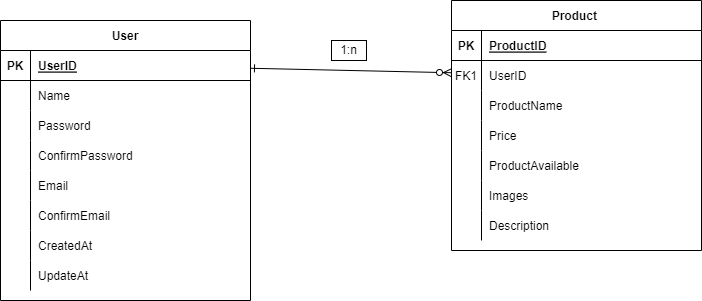
This is schema/growth-sales-db.drawio.png from yagoar45/growth-sales, a draw.io export, as it was before one commit. Source tidied: cells renumbered, new cells last; positions are measured from the earlier drawing's top-left corner, leaving out a move shared by most shapes.
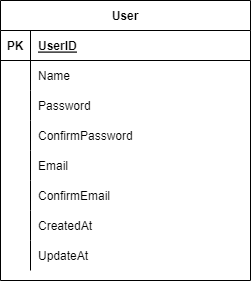
Later version of the same file.

The edit, as a diff of the source:
```diff
@@ -2,75 +2,6 @@
   <root>
     <mxCell id="0" />
     <mxCell id="1" parent="0" />
-    <mxCell id="2" style="endArrow=ERzeroToMany;startArrow=ERone;endFill=1;startFill=0;" parent="1" edge="1" source="26" target="7">
-      <mxGeometry relative="1" as="geometry" />
-    </mxCell>
-    <mxCell id="3" value="Product " style="shape=table;startSize=30;rowLines=0;fontStyle=1;align=center;" parent="1" vertex="1">
-      <mxGeometry x="451" width="250" height="250" as="geometry" />
-    </mxCell>
-    <mxCell id="4" style="shape=partialRectangle;fillColor=none;top=0;left=0;right=0;bottom=1;" parent="3" vertex="1">
-      <mxGeometry y="30" width="250" height="30" as="geometry" />
-    </mxCell>
-    <mxCell id="5" value="PK" style="shape=partialRectangle;overflow=hidden;fillColor=none;top=0;left=0;bottom=0;right=0;fontStyle=1;" parent="4" vertex="1">
-      <mxGeometry width="30" height="30" as="geometry" />
-    </mxCell>
-    <mxCell id="6" value="ProductID" style="shape=partialRectangle;overflow=hidden;fillColor=none;top=0;left=0;bottom=0;right=0;align=left;spacingLeft=6;fontStyle=5;" parent="4" vertex="1">
-      <mxGeometry x="30" width="220" height="30" as="geometry" />
-    </mxCell>
-    <mxCell id="7" style="shape=partialRectangle;fillColor=none;points=[[0,0.5],[1,0.5]];portConstraint=eastwest;top=0;left=0;right=0;bottom=0;" parent="3" vertex="1">
-      <mxGeometry y="60" width="250" height="30" as="geometry" />
-    </mxCell>
-    <mxCell id="8" value="FK1" style="shape=partialRectangle;overflow=hidden;fillColor=none;top=0;left=0;bottom=0;right=0;" parent="7" vertex="1">
-      <mxGeometry width="30" height="30" as="geometry" />
-    </mxCell>
-    <mxCell id="9" value="UserID" style="shape=partialRectangle;overflow=hidden;fillColor=none;top=0;left=0;bottom=0;right=0;align=left;spacingLeft=6;" parent="7" vertex="1">
-      <mxGeometry x="30" width="220" height="30" as="geometry" />
-    </mxCell>
-    <mxCell id="10" style="shape=partialRectangle;fillColor=none;top=0;left=0;right=0;bottom=0;" parent="3" vertex="1">
-      <mxGeometry y="90" width="250" height="30" as="geometry" />
-    </mxCell>
-    <mxCell id="11" style="shape=partialRectangle;overflow=hidden;fillColor=none;top=0;left=0;bottom=0;right=0;" parent="10" vertex="1">
-      <mxGeometry width="30" height="30" as="geometry" />
-    </mxCell>
-    <mxCell id="12" value="ProductName" style="shape=partialRectangle;overflow=hidden;fillColor=none;top=0;left=0;bottom=0;right=0;align=left;spacingLeft=6;" parent="10" vertex="1">
-      <mxGeometry x="30" width="220" height="30" as="geometry" />
-    </mxCell>
-    <mxCell id="13" style="shape=partialRectangle;fillColor=none;top=0;left=0;right=0;bottom=0;" parent="3" vertex="1">
-      <mxGeometry y="120" width="250" height="30" as="geometry" />
-    </mxCell>
-    <mxCell id="14" style="shape=partialRectangle;overflow=hidden;fillColor=none;top=0;left=0;bottom=0;right=0;" parent="13" vertex="1">
-      <mxGeometry width="30" height="30" as="geometry" />
-    </mxCell>
-    <mxCell id="15" value="Price" style="shape=partialRectangle;overflow=hidden;fillColor=none;top=0;left=0;bottom=0;right=0;align=left;spacingLeft=6;" parent="13" vertex="1">
-      <mxGeometry x="30" width="220" height="30" as="geometry" />
-    </mxCell>
-    <mxCell id="16" style="shape=partialRectangle;fillColor=none;top=0;left=0;right=0;bottom=0;" parent="3" vertex="1">
-      <mxGeometry y="150" width="250" height="30" as="geometry" />
-    </mxCell>
-    <mxCell id="17" style="shape=partialRectangle;overflow=hidden;fillColor=none;top=0;left=0;bottom=0;right=0;" parent="16" vertex="1">
-      <mxGeometry width="30" height="30" as="geometry" />
-    </mxCell>
-    <mxCell id="18" value="ProductAvailable " style="shape=partialRectangle;overflow=hidden;fillColor=none;top=0;left=0;bottom=0;right=0;align=left;spacingLeft=6;" parent="16" vertex="1">
-      <mxGeometry x="30" width="220" height="30" as="geometry" />
-    </mxCell>
-    <mxCell id="19" style="shape=partialRectangle;fillColor=none;top=0;left=0;right=0;bottom=0;" parent="3" vertex="1">
-      <mxGeometry y="180" width="250" height="30" as="geometry" />
-    </mxCell>
-    <mxCell id="20" style="shape=partialRectangle;overflow=hidden;fillColor=none;top=0;left=0;bottom=0;right=0;" parent="19" vertex="1">
-      <mxGeometry width="30" height="30" as="geometry" />
-    </mxCell>
-    <mxCell id="21" value="Images" style="shape=partialRectangle;overflow=hidden;fillColor=none;top=0;left=0;bottom=0;right=0;align=left;spacingLeft=6;" parent="19" vertex="1">
-      <mxGeometry x="30" width="220" height="30" as="geometry" />
-    </mxCell>
-    <mxCell id="22" style="shape=partialRectangle;fillColor=none;top=0;left=0;right=0;bottom=0;" parent="3" vertex="1">
-      <mxGeometry y="210" width="250" height="30" as="geometry" />
-    </mxCell>
-    <mxCell id="23" style="shape=partialRectangle;overflow=hidden;fillColor=none;top=0;left=0;bottom=0;right=0;" parent="22" vertex="1">
-      <mxGeometry width="30" height="30" as="geometry" />
-    </mxCell>
-    <mxCell id="24" value="Description" style="shape=partialRectangle;overflow=hidden;fillColor=none;top=0;left=0;bottom=0;right=0;align=left;spacingLeft=6;" parent="22" vertex="1">
-      <mxGeometry x="30" width="220" height="30" as="geometry" />
-    </mxCell>
     <mxCell id="25" value="User" style="shape=table;startSize=30;rowLines=0;fontStyle=1;align=center;" parent="1" vertex="1">
       <mxGeometry y="20" width="250" height="280" as="geometry" />
     </mxCell>
@@ -146,8 +77,5 @@
     <mxCell id="49" value="UpdateAt" style="shape=partialRectangle;overflow=hidden;fillColor=none;top=0;left=0;bottom=0;right=0;align=left;spacingLeft=6;" parent="47" vertex="1">
       <mxGeometry x="30" width="220" height="30" as="geometry" />
     </mxCell>
-    <mxCell id="50" value="1:n" style="rounded=0;whiteSpace=wrap;html=1;" parent="1" vertex="1">
-      <mxGeometry x="331" y="40" width="35" height="20" as="geometry" />
-    </mxCell>
   </root>
 </mxGraphModel>
```
